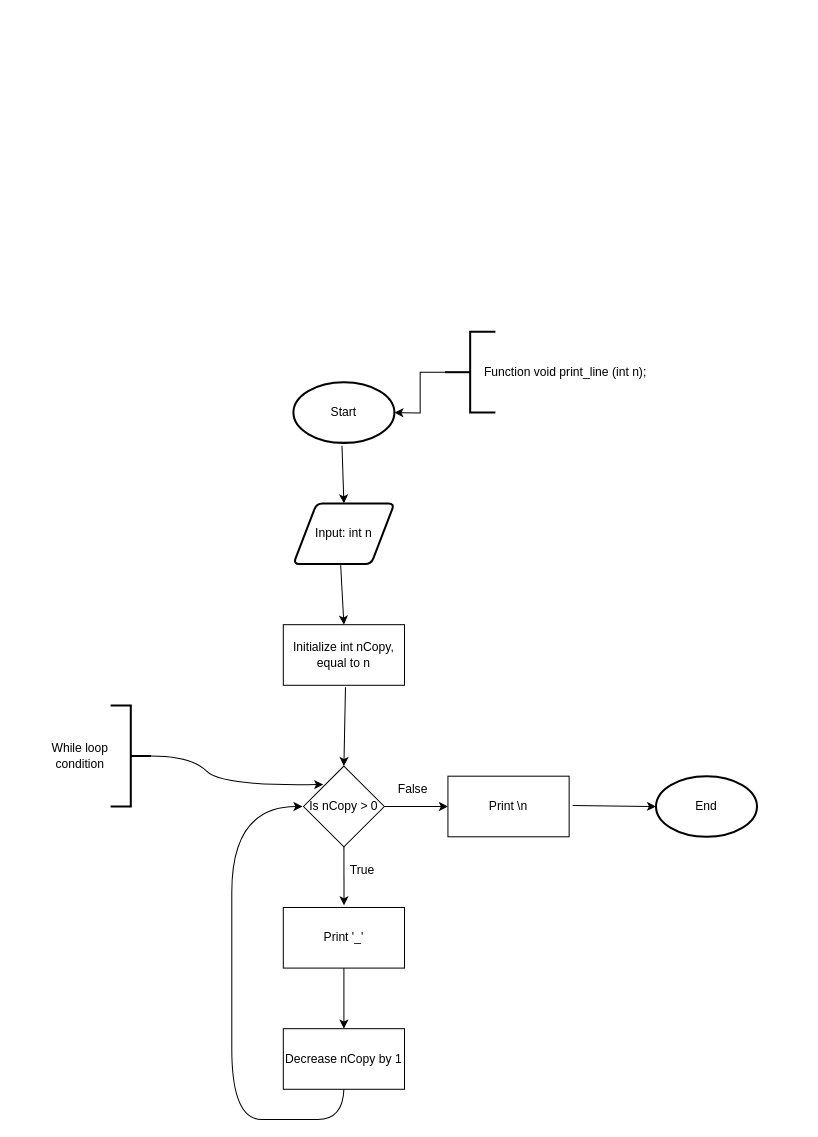
Earlier version of the draw.io diagram FlowChart Learn.drawio (qho-djo/Greatness-). Source tidied: cells renumbered, new cells numbered last; positions are measured from the earlier drawing's top-left corner, leaving out a move shared by most shapes. Both pictures are drawn from the tidied source at 101%, with x=0, y=0 at pixel (39, 331).
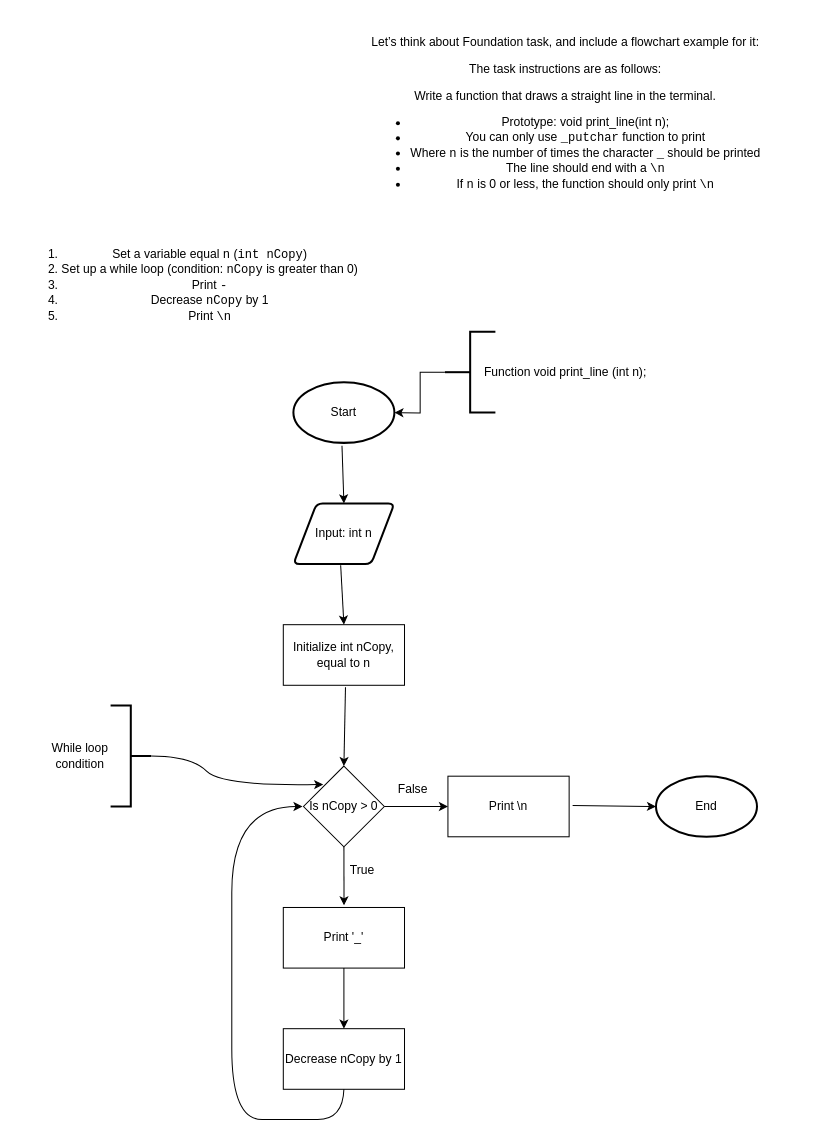
The same page after the edit.

The edit, as a diff of the source:
```diff
@@
+    <mxCell id="26" value="&lt;ol&gt;&lt;li&gt;Set a variable equal &lt;code&gt;n&lt;/code&gt; (&lt;code&gt;int nCopy&lt;/code&gt;)&lt;/li&gt;&lt;li&gt;Set up a while loop (condition: &lt;code&gt;nCopy&lt;/code&gt; is greater than 0)&lt;/li&gt;&lt;li&gt;Print &lt;code&gt;-&lt;/code&gt;&lt;/li&gt;&lt;li&gt;Decrease &lt;code&gt;nCopy&lt;/code&gt; by 1&lt;/li&gt;&lt;li&gt;Print &lt;code&gt;\n&lt;/code&gt;&lt;/li&gt;&lt;/ol&gt;" style="text;html=1;align=center;verticalAlign=middle;strokeColor=none;fillColor=none;" parent="1" vertex="1">
+      <mxGeometry x="-22" y="-101" width="340" height="110" as="geometry" />
+    </mxCell>
+    <mxCell id="27" value="&lt;p&gt;Let’s think about Foundation task, and include a flowchart example for it: &lt;/p&gt;&lt;p&gt;The task instructions are as follows: &lt;/p&gt;&lt;blockquote&gt;&lt;p&gt;Write a function that draws a straight line in the terminal.&lt;/p&gt;&lt;ul&gt;&lt;li&gt;Prototype: void print_line(int n);&lt;/li&gt;&lt;li&gt;You can only use &lt;code&gt;_putchar&lt;/code&gt; function to print&lt;/li&gt;&lt;li&gt;Where &lt;code&gt;n&lt;/code&gt; is the number of times the character &lt;code&gt;_&lt;/code&gt; should be printed&lt;/li&gt;&lt;li&gt;The line should end with a &lt;code&gt;\n&lt;/code&gt;&lt;/li&gt;&lt;li&gt;If &lt;code&gt;n&lt;/code&gt; is 0 or less, the function should only print &lt;code&gt;\n&lt;/code&gt;&lt;/li&gt;&lt;/ul&gt;&lt;/blockquote&gt;" style="text;html=1;align=center;verticalAlign=middle;strokeColor=none;fillColor=none;" parent="1" vertex="1">
+      <mxGeometry x="290" y="-311" width="460" height="190" as="geometry" />
+    </mxCell>
```
